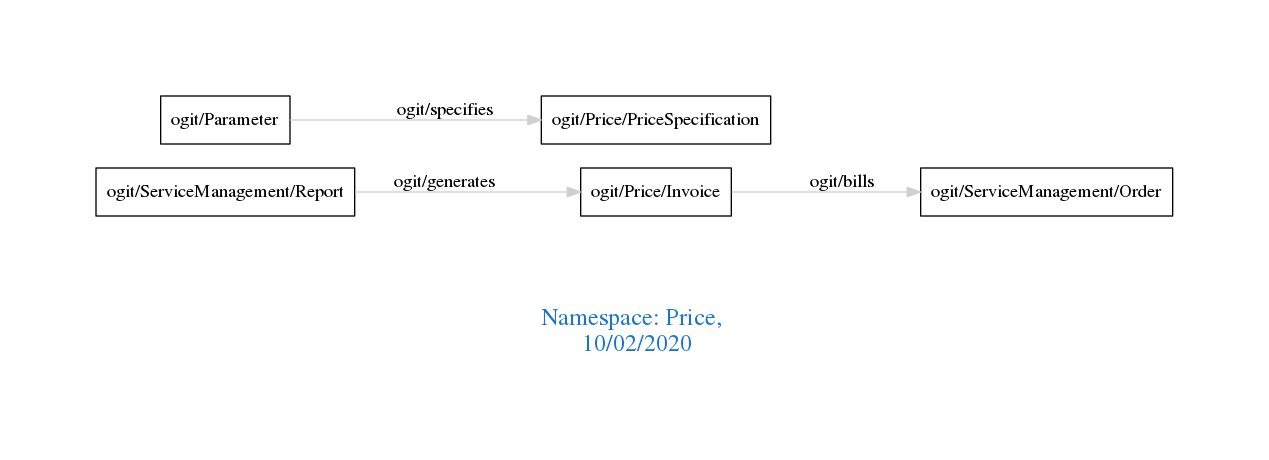
Earlier version of the Graphviz export downloads/Price.png (arago/OGIT). Its source is kept beside it as downloads/Price.dot.
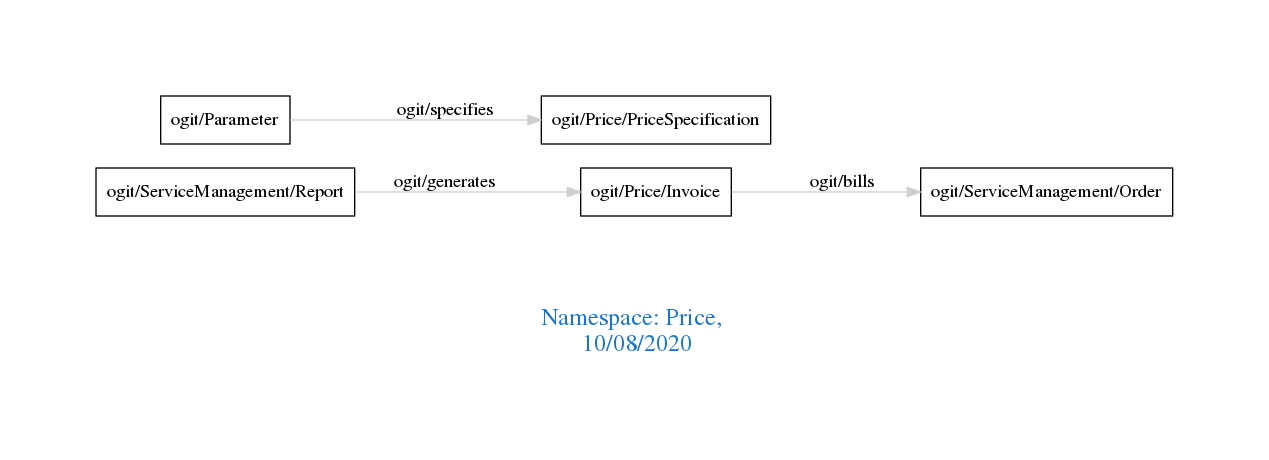
After the change.

Diff of the diagram source:
```diff
@@ -1,7 +1,7 @@
 digraph OGIT_ontology {
  graph [ rankdir= LR,pad=1
 fontsize = 18,
-fontcolor= dodgerblue3,label = "\n\n\nNamespace: Price, \n 10/02/2020"];
+fontcolor= dodgerblue3,label = "\n\n\nNamespace: Price, \n 10/08/2020"];
 node[shape=polygon];
 edge [  color="gray81"];
 
```
